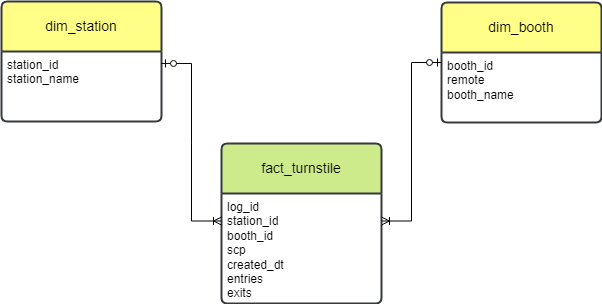
This is images/mta-erd.png from ozkary/data-engineering-mta-turnstile, a draw.io export, as it was before one commit. Source tidied: cells renumbered, new cells last; positions are measured from the earlier drawing's top-left corner, leaving out a move shared by most shapes.
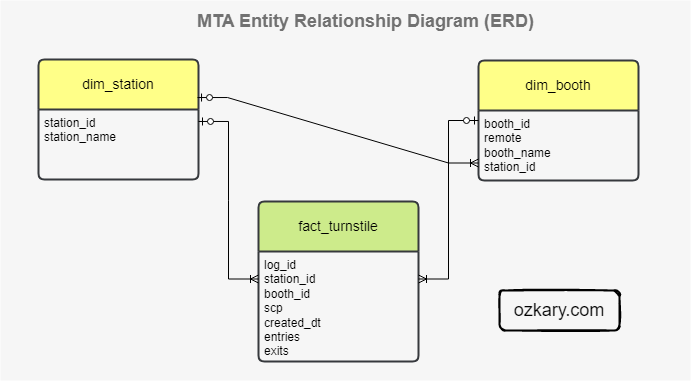
After the commit.

Change to the diagram source:
```diff
@@ -2,29 +2,38 @@
   <root>
     <mxCell id="0" />
     <mxCell id="1" parent="0" />
-    <mxCell id="2" value="dim_station" style="swimlane;horizontal=1;startSize=50;rounded=1;fontSize=14;fontStyle=0;strokeWidth=2;shadow=0;dashed=0;align=center;arcSize=4;whiteSpace=wrap;html=1;fillColor=#ffff88;strokeColor=#36393d;" parent="1" vertex="1">
-      <mxGeometry width="160" height="120" as="geometry" />
+    <mxCell id="2" value="&lt;b&gt;&lt;font style=&quot;font-size: 18px;&quot;&gt;MTA Entity Relationship Diagram (ERD)&lt;/font&gt;&lt;/b&gt;" style="fillColor=#F6F6F6;strokeColor=none;shadow=0;gradientColor=none;fontSize=14;align=center;spacing=10;fontColor=#717171;9E9E9E;verticalAlign=top;spacingTop=-4;fontStyle=0;spacingLeft=40;html=1;" parent="1" vertex="1">
+      <mxGeometry width="690" height="380" as="geometry" />
     </mxCell>
-    <mxCell id="3" value="station_id&lt;br&gt;station_name&lt;br&gt;" style="align=left;strokeColor=none;fillColor=none;spacingLeft=4;fontSize=12;verticalAlign=top;html=1;" parent="2" vertex="1">
-      <mxGeometry y="50" width="160" height="70" as="geometry" />
+    <mxCell id="3" value="dim_station" style="swimlane;horizontal=1;startSize=50;rounded=1;fontSize=14;fontStyle=0;strokeWidth=2;shadow=0;dashed=0;align=center;arcSize=4;whiteSpace=wrap;html=1;fillColor=#ffff88;strokeColor=#36393d;" parent="1" vertex="1">
+      <mxGeometry x="38" y="59" width="160" height="120" as="geometry" />
     </mxCell>
-    <mxCell id="4" value="dim_booth" style="swimlane;horizontal=1;startSize=50;rounded=1;fontSize=14;fontStyle=0;strokeWidth=2;shadow=0;dashed=0;align=center;arcSize=4;whiteSpace=wrap;html=1;fillColor=#ffff88;strokeColor=#36393d;" parent="1" vertex="1">
-      <mxGeometry x="440" y="1" width="160" height="120" as="geometry" />
+    <mxCell id="4" value="station_id&lt;br&gt;station_name&lt;br&gt;" style="align=left;strokeColor=none;fillColor=none;spacingLeft=4;fontSize=12;verticalAlign=top;html=1;" parent="3" vertex="1">
+      <mxGeometry y="50" width="160" height="70" as="geometry" />
     </mxCell>
-    <mxCell id="5" value="booth_id&lt;br&gt;remote&lt;br&gt;booth_name&lt;br&gt;" style="align=left;strokeColor=none;fillColor=none;spacingLeft=4;fontSize=12;verticalAlign=top;html=1;" parent="4" vertex="1">
-      <mxGeometry y="50" width="160" height="70" as="geometry" />
+    <mxCell id="5" value="dim_booth" style="swimlane;horizontal=1;startSize=50;rounded=1;fontSize=14;fontStyle=0;strokeWidth=2;shadow=0;dashed=0;align=center;arcSize=4;whiteSpace=wrap;html=1;fillColor=#ffff88;strokeColor=#36393d;" parent="1" vertex="1">
+      <mxGeometry x="478" y="60" width="160" height="120" as="geometry" />
     </mxCell>
-    <mxCell id="6" value="fact_turnstile" style="swimlane;horizontal=1;startSize=50;rounded=1;fontSize=14;fontStyle=0;strokeWidth=2;shadow=0;dashed=0;align=center;arcSize=4;whiteSpace=wrap;html=1;fillColor=#cdeb8b;strokeColor=#36393d;" parent="1" vertex="1">
-      <mxGeometry x="220" y="142" width="160" height="160" as="geometry" />
+    <mxCell id="6" value="booth_id&lt;br&gt;remote&lt;br&gt;booth_name&lt;br&gt;station_id" style="align=left;strokeColor=none;fillColor=none;spacingLeft=4;fontSize=12;verticalAlign=top;html=1;" parent="5" vertex="1">
+      <mxGeometry y="50" width="160" height="70" as="geometry" />
     </mxCell>
-    <mxCell id="7" value="log_id&lt;br&gt;station_id&lt;br&gt;booth_id&lt;br&gt;scp&lt;br&gt;created_dt&lt;br&gt;entries&lt;br&gt;exits" style="align=left;strokeColor=none;fillColor=none;spacingLeft=4;fontSize=12;verticalAlign=top;html=1;" parent="6" vertex="1">
-      <mxGeometry y="50" width="160" height="110" as="geometry" />
+    <mxCell id="7" value="fact_turnstile" style="swimlane;horizontal=1;startSize=50;rounded=1;fontSize=14;fontStyle=0;strokeWidth=2;shadow=0;dashed=0;align=center;arcSize=4;whiteSpace=wrap;html=1;fillColor=#cdeb8b;strokeColor=#36393d;" parent="1" vertex="1">
+      <mxGeometry x="258" y="201" width="160" height="160" as="geometry" />
     </mxCell>
-    <mxCell id="8" style="edgeStyle=entityRelationEdgeStyle;fontSize=12;html=1;endArrow=ERoneToMany;startArrow=ERzeroToOne;rounded=0;exitX=1;exitY=0.171;exitDx=0;exitDy=0;exitPerimeter=0;entryX=0;entryY=0.25;entryDx=0;entryDy=0;" parent="1" edge="1" source="3" target="7">
-      <mxGeometry relative="1" as="geometry" />
+    <mxCell id="8" value="log_id&lt;br&gt;station_id&lt;br&gt;booth_id&lt;br&gt;scp&lt;br&gt;created_dt&lt;br&gt;entries&lt;br&gt;exits" style="align=left;strokeColor=none;fillColor=none;spacingLeft=4;fontSize=12;verticalAlign=top;html=1;" parent="7" vertex="1">
+      <mxGeometry y="50" width="160" height="110" as="geometry" />
     </mxCell>
-    <mxCell id="9" style="edgeStyle=entityRelationEdgeStyle;fontSize=12;html=1;endArrow=ERoneToMany;startArrow=ERzeroToOne;rounded=0;entryX=1;entryY=0.25;entryDx=0;entryDy=0;exitX=0;exitY=0.5;exitDx=0;exitDy=0;" parent="1" edge="1" source="4" target="7">
+    <mxCell id="9" style="edgeStyle=entityRelationEdgeStyle;fontSize=12;html=1;endArrow=ERoneToMany;startArrow=ERzeroToOne;rounded=0;exitX=1;exitY=0.171;exitDx=0;exitDy=0;exitPerimeter=0;entryX=0;entryY=0.25;entryDx=0;entryDy=0;" parent="1" edge="1" source="4" target="8">
       <mxGeometry relative="1" as="geometry" />
     </mxCell>
+    <mxCell id="10" style="edgeStyle=entityRelationEdgeStyle;fontSize=12;html=1;endArrow=ERoneToMany;startArrow=ERzeroToOne;rounded=0;entryX=1;entryY=0.25;entryDx=0;entryDy=0;exitX=0;exitY=0.5;exitDx=0;exitDy=0;" parent="1" edge="1" source="5" target="8">
+      <mxGeometry relative="1" as="geometry" />
+    </mxCell>
+    <mxCell id="11" value="&lt;font style=&quot;font-size: 18px;&quot;&gt;ozkary.com&lt;/font&gt;" style="rounded=1;whiteSpace=wrap;html=1;strokeWidth=2;fillWeight=4;hachureGap=8;hachureAngle=45;fillColor=none;sketch=1;" parent="1" vertex="1">
+      <mxGeometry x="499" y="290" width="120" height="40" as="geometry" />
+    </mxCell>
+    <mxCell id="12" style="edgeStyle=entityRelationEdgeStyle;fontSize=12;html=1;endArrow=ERoneToMany;startArrow=ERzeroToOne;rounded=0;exitX=0.994;exitY=0.317;exitDx=0;exitDy=0;exitPerimeter=0;entryX=0;entryY=0.75;entryDx=0;entryDy=0;" parent="1" edge="1" source="3" target="6">
+      <mxGeometry relative="1" as="geometry" />
+    </mxCell>
   </root>
 </mxGraphModel>
```
